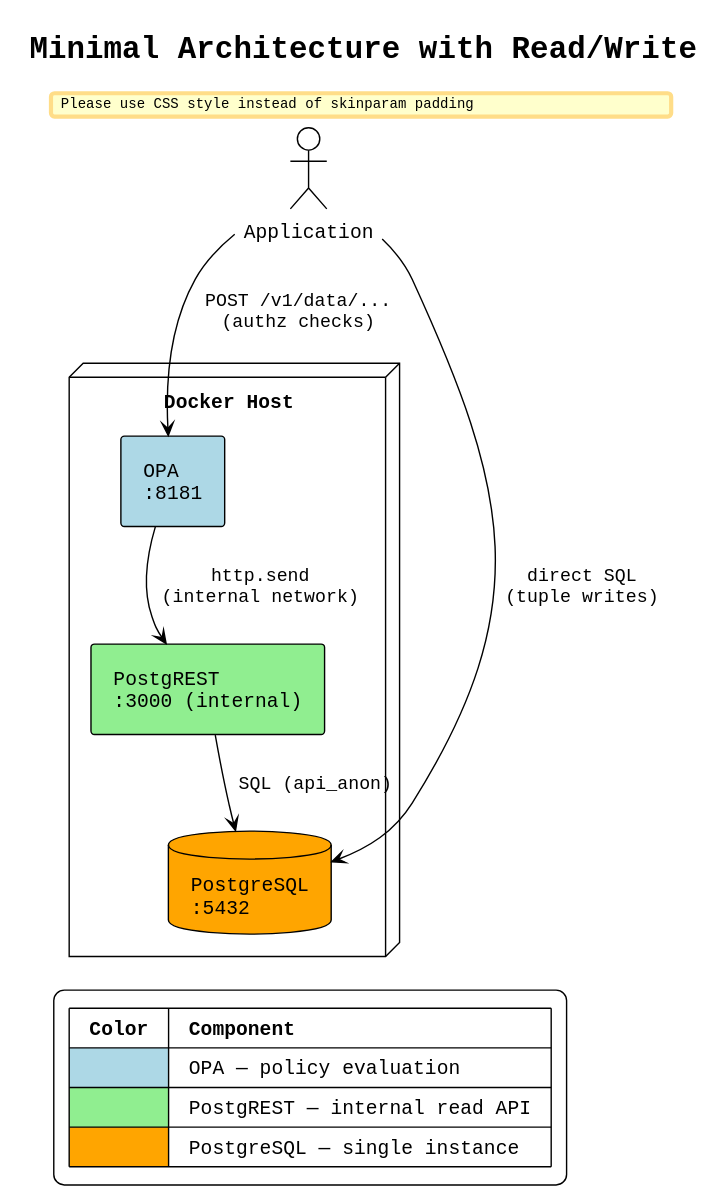
thomasdarimont/pgauthz keeps this PlantUML diagram as docs/architecture-minimal.svg. Above is the earlier version. The source it was exported from:
```plantuml
@startuml
!theme plain
skinparam backgroundColor white
skinparam componentStyle rectangle
skinparam defaultFontName monospaced
skinparam nodesep 50
skinparam ranksep 40
skinparam padding 6

title Minimal Architecture with Read/Write

actor "Application" as app1

node "Docker Host" as host1 {
    component "OPA\n:8181" as opa1 #LightBlue
    component "PostgREST\n:3000 (internal)" as pgrst1 #LightGreen
    database "PostgreSQL\n:5432" as pg1 #Orange
}

app1 -down-> opa1 : "POST /v1/data/...\n(authz checks)"
opa1 -down-> pgrst1 : "http.send\n(internal network)"
pgrst1 -down-> pg1 : "SQL (api_anon)"
app1 -down-> pg1 : "direct SQL\n(tuple writes)"

legend bottom left
  |= Color |= Component |
  | <#LightBlue> | OPA — policy evaluation |
  | <#LightGreen> | PostgREST — internal read API |
  | <#Orange> | PostgreSQL — single instance |
end legend
@enduml
```
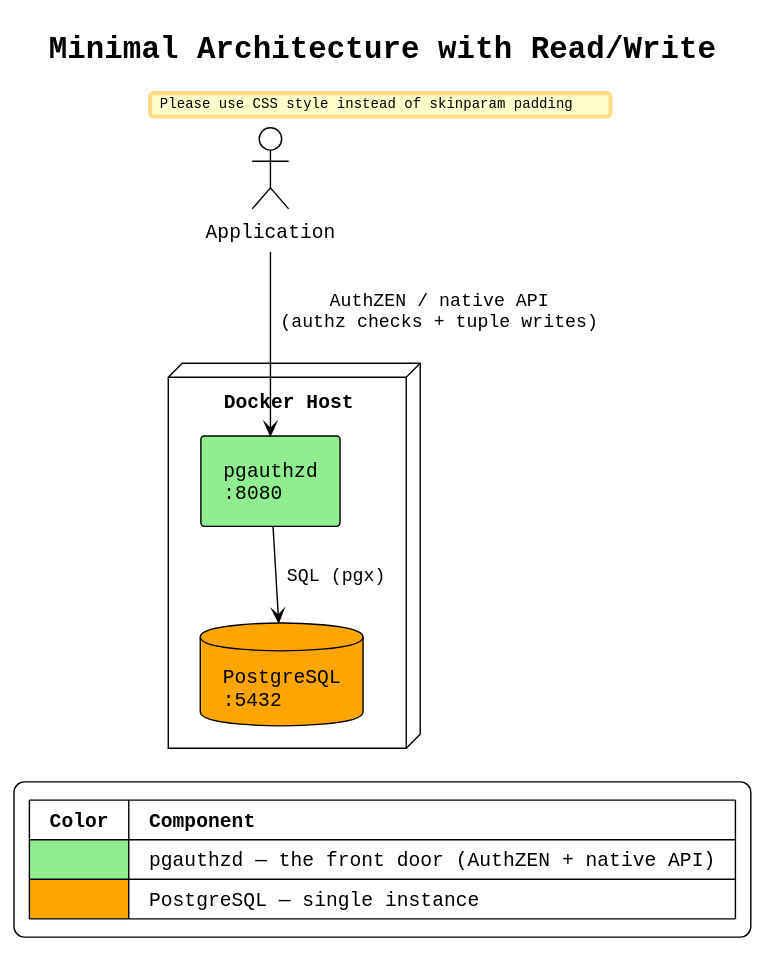
The same diagram one commit later.

The edit, as a diff of the source:
```diff
@@ -12,20 +12,16 @@
 actor "Application" as app1
 
 node "Docker Host" as host1 {
-    component "OPA\n:8181" as opa1 #LightBlue
-    component "PostgREST\n:3000 (internal)" as pgrst1 #LightGreen
+    component "pgauthzd\n:8080" as pgd1 #LightGreen
     database "PostgreSQL\n:5432" as pg1 #Orange
 }
 
-app1 -down-> opa1 : "POST /v1/data/...\n(authz checks)"
-opa1 -down-> pgrst1 : "http.send\n(internal network)"
-pgrst1 -down-> pg1 : "SQL (api_anon)"
-app1 -down-> pg1 : "direct SQL\n(tuple writes)"
+app1 -down-> pgd1 : "AuthZEN / native API\n(authz checks + tuple writes)"
+pgd1 -down-> pg1 : "SQL (pgx)"
 
 legend bottom left
   |= Color |= Component |
-  | <#LightBlue> | OPA — policy evaluation |
-  | <#LightGreen> | PostgREST — internal read API |
+  | <#LightGreen> | pgauthzd — the front door (AuthZEN + native API) |
   | <#Orange> | PostgreSQL — single instance |
 end legend
 @enduml
```
